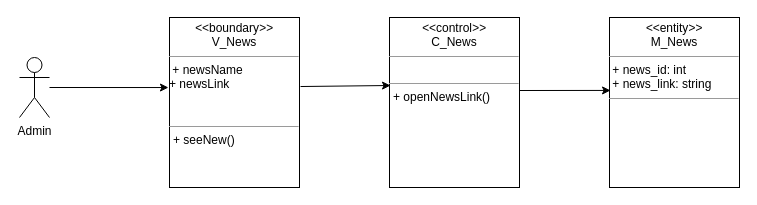
Above: Lop_tham_gia_Usecase/Duy's ClassUC/XemTrangTinTuc.drawio in hoangminh15/PTTKHT (draw.io), before the change. Source tidied: cells renumbered, new cells numbered last; positions are measured from the earlier drawing's top-left corner, leaving out a move shared by most shapes. Both pictures are drawn from the tidied source at 100%, with x=0, y=0 at pixel (19, 17).
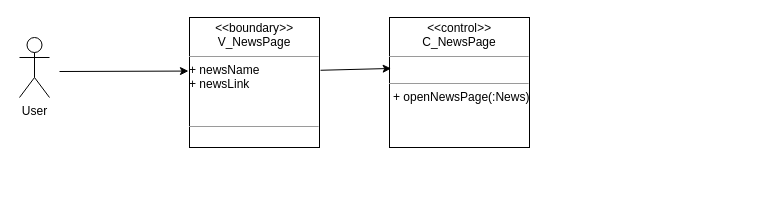
The same page after the edit.

The edit, as a diff of the source:
```diff
@@
 <mxGraphModel>
   <root>
     <mxCell id="0" />
     <mxCell id="1" parent="0" />
-    <mxCell id="2" value="Admin" style="shape=umlActor;verticalLabelPosition=bottom;verticalAlign=top;html=1;" parent="1" vertex="1">
-      <mxGeometry y="40" width="30" height="60" as="geometry" />
+    <mxCell id="2" value="User" style="shape=umlActor;verticalLabelPosition=bottom;verticalAlign=top;html=1;" parent="1" vertex="1">
+      <mxGeometry y="20" width="30" height="60" as="geometry" />
     </mxCell>
-    <mxCell id="3" value="&lt;p style=&quot;margin: 0px ; margin-top: 4px ; text-align: center&quot;&gt;&lt;i&gt;&amp;lt;&lt;/i&gt;&amp;lt;boundary&lt;i&gt;&amp;gt;&amp;gt;&lt;/i&gt;&lt;br&gt;V_News&lt;/p&gt;&lt;hr size=&quot;1&quot;&gt;&lt;div&gt;&amp;nbsp;+ newsName&lt;/div&gt;&lt;div&gt;+ newsLink&lt;/div&gt;&lt;div&gt;&lt;br&gt;&lt;/div&gt;&lt;br&gt;&lt;hr size=&quot;1&quot;&gt;&lt;p style=&quot;margin: 0px ; margin-left: 4px&quot;&gt;+ seeNew()&lt;br&gt;&lt;/p&gt;" style="verticalAlign=top;align=left;overflow=fill;fontSize=12;fontFamily=Helvetica;html=1;" parent="1" vertex="1">
-      <mxGeometry x="150" width="130" height="170" as="geometry" />
+    <mxCell id="3" value="&lt;p style=&quot;margin: 0px ; margin-top: 4px ; text-align: center&quot;&gt;&lt;i&gt;&amp;lt;&lt;/i&gt;&amp;lt;boundary&lt;i&gt;&amp;gt;&amp;gt;&lt;/i&gt;&lt;br&gt;V_NewsPage&lt;/p&gt;&lt;hr size=&quot;1&quot;&gt;&lt;div&gt;+ newsName&lt;/div&gt;&lt;div&gt;+ newsLink&lt;/div&gt;&lt;div&gt;&lt;br&gt;&lt;/div&gt;&lt;br&gt;&lt;hr size=&quot;1&quot;&gt;&lt;p style=&quot;margin: 0px ; margin-left: 4px&quot;&gt;&lt;br&gt;&lt;/p&gt;" style="verticalAlign=top;align=left;overflow=fill;fontSize=12;fontFamily=Helvetica;html=1;" parent="1" vertex="1">
+      <mxGeometry x="170" width="130" height="130" as="geometry" />
     </mxCell>
-    <mxCell id="4" value="&lt;p style=&quot;margin: 0px ; margin-top: 4px ; text-align: center&quot;&gt;&lt;i&gt;&amp;lt;&lt;/i&gt;&amp;lt;control&lt;i&gt;&amp;gt;&amp;gt;&lt;/i&gt;&lt;br&gt;C_News&lt;/p&gt;&lt;hr size=&quot;1&quot;&gt;&lt;br&gt;&lt;hr size=&quot;1&quot;&gt;&lt;p style=&quot;margin: 0px ; margin-left: 4px&quot;&gt;+ openNewsLink()&lt;br&gt;&lt;br&gt;&lt;/p&gt;" style="verticalAlign=top;align=left;overflow=fill;fontSize=12;fontFamily=Helvetica;html=1;" parent="1" vertex="1">
-      <mxGeometry x="370" width="130" height="170" as="geometry" />
+    <mxCell id="4" value="&lt;p style=&quot;margin: 0px ; margin-top: 4px ; text-align: center&quot;&gt;&lt;i&gt;&amp;lt;&lt;/i&gt;&amp;lt;control&lt;i&gt;&amp;gt;&amp;gt;&lt;/i&gt;&lt;br&gt;C_NewsPage&lt;/p&gt;&lt;hr size=&quot;1&quot;&gt;&lt;br&gt;&lt;hr size=&quot;1&quot;&gt;&lt;p style=&quot;margin: 0px ; margin-left: 4px&quot;&gt;+ openNewsPage(:News)&lt;br&gt;&lt;br&gt;&lt;/p&gt;" style="verticalAlign=top;align=left;overflow=fill;fontSize=12;fontFamily=Helvetica;html=1;" parent="1" vertex="1">
+      <mxGeometry x="370" width="140" height="130" as="geometry" />
     </mxCell>
-    <mxCell id="5" style="endArrow=classic;html=1;exitX=1.008;exitY=0.406;exitDx=0;exitDy=0;exitPerimeter=0;" parent="1" edge="1" source="3">
-      <mxGeometry relative="1" as="geometry">
-        <mxPoint x="371" y="68" as="targetPoint" />
-      </mxGeometry>
+    <mxCell id="5" style="endArrow=classic;html=1;exitX=1.008;exitY=0.406;exitDx=0;exitDy=0;exitPerimeter=0;entryX=0.012;entryY=0.392;entryDx=0;entryDy=0;entryPerimeter=0;" parent="1" edge="1" source="3" target="4">
+      <mxGeometry relative="1" as="geometry" />
     </mxCell>
-    <mxCell id="6" style="endArrow=classic;html=1;entryX=-0.008;entryY=0.412;entryDx=0;entryDy=0;entryPerimeter=0;" parent="1" edge="1" source="2" target="3">
-      <mxGeometry relative="1" as="geometry" />
+    <mxCell id="6" style="endArrow=classic;html=1;entryX=-0.008;entryY=0.412;entryDx=0;entryDy=0;entryPerimeter=0;" parent="1" edge="1" target="3">
+      <mxGeometry relative="1" as="geometry">
+        <mxPoint x="40" y="54" as="sourcePoint" />
+      </mxGeometry>
     </mxCell>
-    <mxCell id="7" value="&lt;p style=&quot;margin: 0px ; margin-top: 4px ; text-align: center&quot;&gt;&lt;i&gt;&amp;lt;&lt;/i&gt;&amp;lt;entity&lt;i&gt;&amp;gt;&amp;gt;&lt;/i&gt;&lt;br&gt;M_News&lt;/p&gt;&lt;hr size=&quot;1&quot;&gt;&lt;div&gt;&amp;nbsp;+ news_id: int&lt;/div&gt;&lt;div&gt;&amp;nbsp;+ news_link: string&lt;br&gt;&lt;/div&gt;&lt;hr size=&quot;1&quot;&gt;&lt;p style=&quot;margin: 0px ; margin-left: 4px&quot;&gt;&lt;br&gt;&lt;br&gt;&lt;/p&gt;" style="verticalAlign=top;align=left;overflow=fill;fontSize=12;fontFamily=Helvetica;html=1;" parent="1" vertex="1">
-      <mxGeometry x="590" width="130" height="170" as="geometry" />
-    </mxCell>
-    <mxCell id="8" style="endArrow=classic;html=1;entryX=0.008;entryY=0.429;entryDx=0;entryDy=0;entryPerimeter=0;" parent="1" edge="1" target="7">
-      <mxGeometry relative="1" as="geometry">
-        <mxPoint x="500" y="73" as="sourcePoint" />
-      </mxGeometry>
-    </mxCell>
   </root>
 </mxGraphModel>
```
